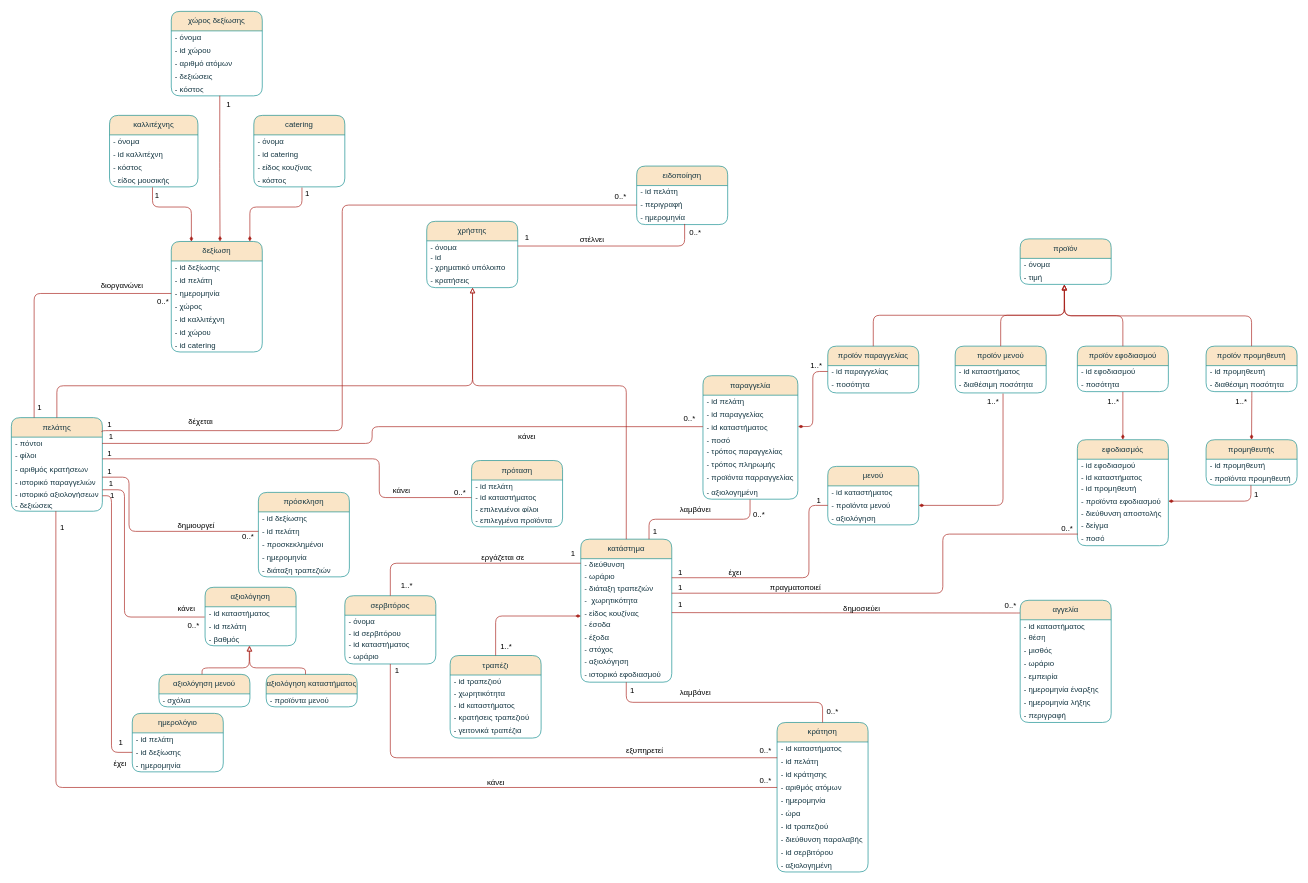
The draw.io diagram documents/contributions/Domain_model_v02.drawio in Mpooks/reasy, before the edit. Source tidied: cells renumbered, new cells numbered last; positions are measured from the earlier drawing's top-left corner, leaving out a move shared by most shapes. Both pictures are drawn from the tidied source at 65%, with x=0, y=0 at pixel (11, 11).
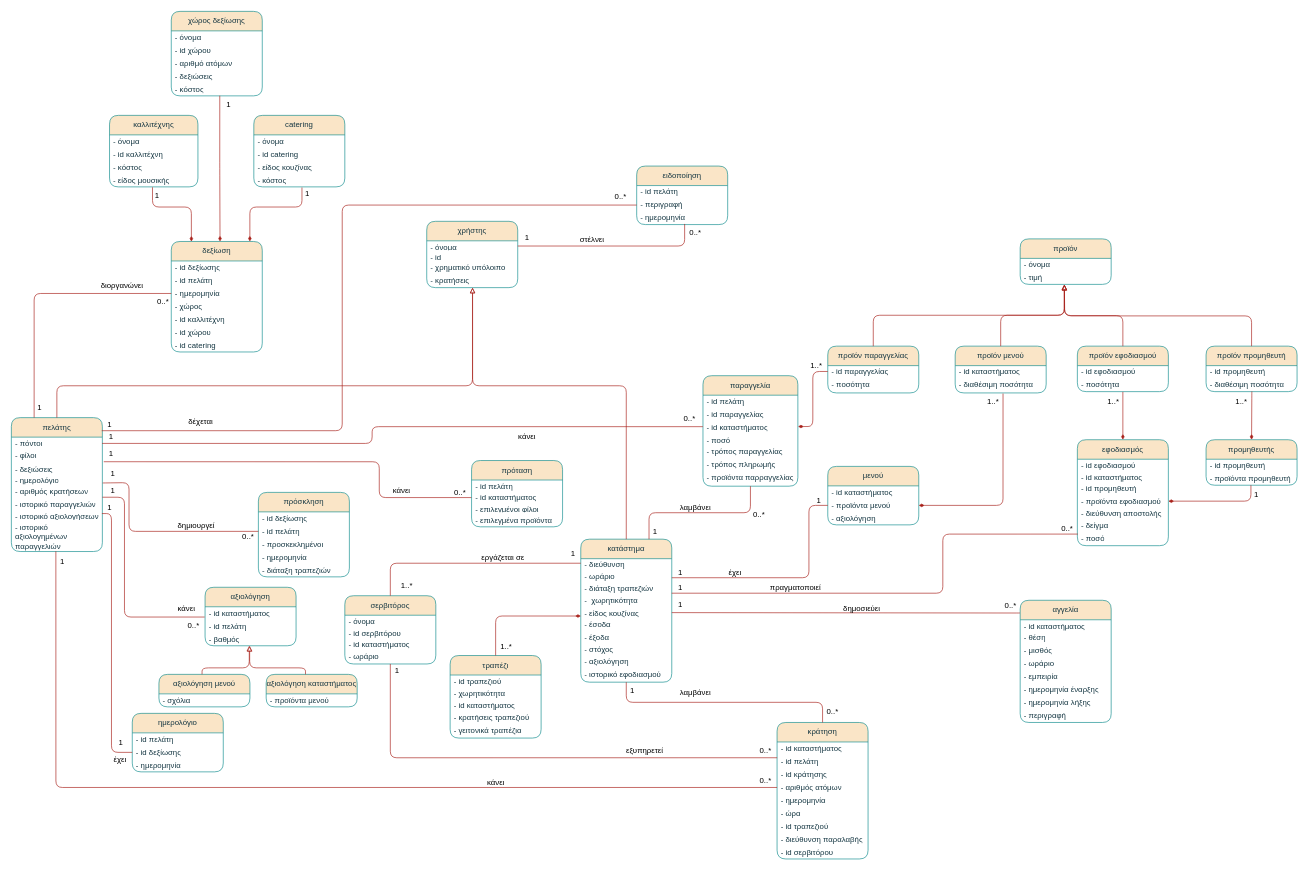
Above is the later version.

Commit message (it also covers changes not shown here):
Update Domain Model and robustness (prosklisi)

The change refers to these unchanged cells:
```xml
<mxCell id="2" value="κατάστημα" style="swimlane;fontStyle=0;horizontal=1;startSize=30;whiteSpace=wrap;html=1;rounded=1;glass=0;shadow=0;labelBackgroundColor=none;fillColor=#FAE5C7;strokeColor=#0F8B8D;fontColor=#143642;" parent="1" vertex="1">
  <mxGeometry x="876" y="812" width="140" height="220" as="geometry" />
</mxCell>
<mxCell id="80" value="- id καταστήματος" style="text;strokeColor=none;fillColor=none;align=left;verticalAlign=middle;spacingLeft=4;spacingRight=4;overflow=hidden;points=[[0,0.5],[1,0.5]];portConstraint=eastwest;whiteSpace=wrap;html=1;glass=0;labelBackgroundColor=none;fontColor=#143642;" parent="79" vertex="1">
  <mxGeometry y="30" width="140" height="20" as="geometry" />
</mxCell>
<mxCell id="94" value="- id δεξίωσης" style="text;strokeColor=none;fillColor=none;align=left;verticalAlign=middle;spacingLeft=4;spacingRight=4;overflow=hidden;points=[[0,0.5],[1,0.5]];portConstraint=eastwest;whiteSpace=wrap;html=1;glass=0;labelBackgroundColor=none;fontColor=#143642;" parent="92" vertex="1">
  <mxGeometry y="50" width="140" height="20" as="geometry" />
</mxCell>
<mxCell id="122" value="- id πελάτη" style="text;strokeColor=none;fillColor=none;align=left;verticalAlign=middle;spacingLeft=4;spacingRight=4;overflow=hidden;points=[[0,0.5],[1,0.5]];portConstraint=eastwest;whiteSpace=wrap;html=1;glass=0;labelBackgroundColor=none;fontColor=#143642;" parent="120" vertex="1">
  <mxGeometry y="50" width="140" height="20" as="geometry" />
</mxCell>
<mxCell id="128" value="- περιγραφή" style="text;strokeColor=none;fillColor=none;align=left;verticalAlign=middle;spacingLeft=4;spacingRight=4;overflow=hidden;points=[[0,0.5],[1,0.5]];portConstraint=eastwest;whiteSpace=wrap;html=1;glass=0;labelBackgroundColor=none;fontColor=#143642;" parent="126" vertex="1">
  <mxGeometry y="50" width="140" height="20" as="geometry" />
</mxCell>
<mxCell id="132" value="- φίλοι" style="text;strokeColor=none;fillColor=none;align=left;verticalAlign=middle;spacingLeft=4;spacingRight=4;overflow=hidden;points=[[0,0.5],[1,0.5]];portConstraint=eastwest;whiteSpace=wrap;html=1;glass=0;labelBackgroundColor=none;fontColor=#143642;" parent="130" vertex="1">
  <mxGeometry y="48" width="140" height="22" as="geometry" />
</mxCell>
<mxCell id="214" value="1" style="text;html=1;align=center;verticalAlign=middle;points=[];strokeColor=none;fillColor=none;" parent="1" vertex="1">
  <mxGeometry x="138" y="623" width="25" height="26" as="geometry" />
</mxCell>
```

What changed in the source:
```diff
@@
     <mxCell id="36" value="παραγγελία" style="swimlane;fontStyle=0;horizontal=1;startSize=30;whiteSpace=wrap;html=1;rounded=1;glass=0;labelBackgroundColor=none;fillColor=#FAE5C7;strokeColor=#0F8B8D;fontColor=#143642;" parent="1" vertex="1">
-      <mxGeometry x="1064" y="560.5" width="146" height="190" as="geometry" />
+      <mxGeometry x="1064" y="560.5" width="146" height="170" as="geometry" />
     </mxCell>
@@
-    <mxCell id="44" value="- αξιολογημένη" style="text;strokeColor=none;fillColor=none;align=left;verticalAlign=middle;spacingLeft=4;spacingRight=4;overflow=hidden;points=[[0,0.5],[1,0.5]];portConstraint=eastwest;whiteSpace=wrap;html=1;glass=0;labelBackgroundColor=none;fontColor=#143642;" parent="36" vertex="1">
-      <mxGeometry y="170" width="146" height="20" as="geometry" />
-    </mxCell>
@@
     <mxCell id="51" value="κράτηση" style="swimlane;fontStyle=0;horizontal=1;startSize=30;whiteSpace=wrap;html=1;rounded=1;glass=0;labelBackgroundColor=none;fillColor=#FAE5C7;strokeColor=#0F8B8D;fontColor=#143642;" parent="1" vertex="1">
-      <mxGeometry x="1178" y="1094" width="140" height="230" as="geometry" />
+      <mxGeometry x="1178" y="1094" width="140" height="210" as="geometry" />
     </mxCell>
@@
-    <mxCell id="61" value="- αξιολογημένη" style="text;strokeColor=none;fillColor=none;align=left;verticalAlign=middle;spacingLeft=4;spacingRight=4;overflow=hidden;whiteSpace=wrap;html=1;glass=0;labelBackgroundColor=none;fontColor=#143642;" parent="51" vertex="1">
-      <mxGeometry y="210" width="140" height="20" as="geometry" />
-    </mxCell>
@@
     <mxCell id="130" value="πελάτης" style="swimlane;fontStyle=0;horizontal=1;startSize=30;whiteSpace=wrap;html=1;rounded=1;swimlaneLine=1;glass=0;labelBackgroundColor=none;fillColor=#FAE5C7;strokeColor=#0F8B8D;fontColor=#143642;" parent="1" vertex="1">
-      <mxGeometry y="625" width="140" height="144" as="geometry" />
+      <mxGeometry y="625" width="140" height="206" as="geometry" />
     </mxCell>
@@
+    <mxCell id="236" value="- δεξιώσεις" style="text;strokeColor=none;fillColor=none;align=left;verticalAlign=middle;spacingLeft=4;spacingRight=4;overflow=hidden;whiteSpace=wrap;html=1;glass=0;labelBackgroundColor=none;fontColor=#143642;" parent="130" vertex="1">
+      <mxGeometry y="70" width="140" height="17" as="geometry" />
+    </mxCell>
+    <mxCell id="237" value="- ημερολόγιο" style="text;strokeColor=none;fillColor=none;align=left;verticalAlign=middle;spacingLeft=4;spacingRight=4;overflow=hidden;points=[[0,0.5],[1,0.5]];portConstraint=eastwest;whiteSpace=wrap;html=1;glass=0;labelBackgroundColor=none;fontColor=#143642;" parent="130" vertex="1">
+      <mxGeometry y="87" width="140" height="17" as="geometry" />
+    </mxCell>
     <mxCell id="133" value="- αριθμός κρατήσεων" style="text;strokeColor=none;fillColor=none;align=left;verticalAlign=middle;spacingLeft=4;spacingRight=4;overflow=hidden;points=[[0,0.5],[1,0.5]];portConstraint=eastwest;whiteSpace=wrap;html=1;glass=0;labelBackgroundColor=none;fontColor=#143642;" parent="130" vertex="1">
-      <mxGeometry y="70" width="140" height="20" as="geometry" />
+      <mxGeometry y="104" width="140" height="20" as="geometry" />
     </mxCell>
     <mxCell id="134" value="- ιστορικό παραγγελιών" style="text;strokeColor=none;fillColor=none;align=left;verticalAlign=middle;spacingLeft=4;spacingRight=4;overflow=hidden;whiteSpace=wrap;html=1;glass=0;labelBackgroundColor=none;fontColor=#143642;" parent="130" vertex="1">
-      <mxGeometry y="90" width="140" height="18" as="geometry" />
+      <mxGeometry y="124" width="140" height="18" as="geometry" />
     </mxCell>
     <mxCell id="135" value="- ιστορικό αξιολογήσεων" style="text;strokeColor=none;fillColor=none;align=left;verticalAlign=middle;spacingLeft=4;spacingRight=4;overflow=hidden;points=[[0,0.5],[1,0.5]];portConstraint=eastwest;whiteSpace=wrap;html=1;glass=0;labelBackgroundColor=none;fontColor=#143642;" parent="130" vertex="1">
-      <mxGeometry y="108" width="140" height="17" as="geometry" />
+      <mxGeometry y="142" width="140" height="17" as="geometry" />
     </mxCell>
-    <mxCell id="136" value="- δεξιώσεις" style="text;strokeColor=none;fillColor=none;align=left;verticalAlign=middle;spacingLeft=4;spacingRight=4;overflow=hidden;points=[[0,0.5],[1,0.5]];portConstraint=eastwest;whiteSpace=wrap;html=1;glass=0;labelBackgroundColor=none;fontColor=#143642;" parent="130" vertex="1">
-      <mxGeometry y="125" width="140" height="19" as="geometry" />
+    <mxCell id="136" value="- ιστορικό αξιολογημένων παραγγελιών&amp;nbsp;" style="text;strokeColor=none;fillColor=none;align=left;verticalAlign=middle;spacingLeft=4;spacingRight=4;overflow=hidden;points=[[0,0.5],[1,0.5]];portConstraint=eastwest;whiteSpace=wrap;html=1;glass=0;labelBackgroundColor=none;fontColor=#143642;" parent="130" vertex="1">
+      <mxGeometry y="159" width="140" height="47" as="geometry" />
     </mxCell>
@@
-    <mxCell id="145" style="edgeStyle=orthogonalEdgeStyle;rounded=1;jettySize=auto;html=1;exitX=0.75;exitY=0;exitDx=0;exitDy=0;entryX=0.496;entryY=1.016;entryDx=0;entryDy=0;fontColor=default;startFill=1;endFill=0;endArrow=none;labelBackgroundColor=none;strokeColor=#A8201A;entryPerimeter=0;" parent="1" edge="1" source="2" target="44">
+    <mxCell id="145" style="edgeStyle=orthogonalEdgeStyle;rounded=1;jettySize=auto;html=1;exitX=0.75;exitY=0;exitDx=0;exitDy=0;entryX=0.5;entryY=1;entryDx=0;entryDy=0;fontColor=default;startFill=1;endFill=0;endArrow=none;labelBackgroundColor=none;strokeColor=#A8201A;" parent="1" edge="1" source="2" target="36">
       <mxGeometry relative="1" as="geometry" />
     </mxCell>
@@
     <mxCell id="148" value="λαμβάνει" style="text;html=1;align=center;verticalAlign=middle;strokeColor=none;fillColor=none;" parent="1" vertex="1">
-      <mxGeometry x="1019" y="753.5" width="66" height="26" as="geometry" />
+      <mxGeometry x="1019" y="750" width="66" height="26" as="geometry" />
     </mxCell>
@@
-    <mxCell id="158" style="edgeStyle=orthogonalEdgeStyle;rounded=1;jettySize=auto;html=1;fontColor=default;startFill=1;endFill=0;endArrow=none;labelBackgroundColor=none;strokeColor=#A8201A;entryX=-0.005;entryY=0.789;entryDx=0;entryDy=0;entryPerimeter=0;exitX=0.008;exitY=0.845;exitDx=0;exitDy=0;exitPerimeter=0;" parent="1" edge="1" source="187" target="80">
+    <mxCell id="158" style="edgeStyle=orthogonalEdgeStyle;rounded=1;jettySize=auto;html=1;fontColor=default;startFill=1;endFill=0;endArrow=none;labelBackgroundColor=none;strokeColor=#A8201A;entryX=-0.005;entryY=0.789;entryDx=0;entryDy=0;entryPerimeter=0;exitX=1;exitY=0.923;exitDx=0;exitDy=0;exitPerimeter=0;" parent="1" edge="1" source="133" target="80">
       <mxGeometry relative="1" as="geometry">
         <Array as="points">
-          <mxPoint x="174" y="736" />
+          <mxPoint x="174" y="748" />
           <mxPoint x="174" y="932" />
         </Array>
       </mxGeometry>
     </mxCell>
@@
-    <mxCell id="160" style="edgeStyle=orthogonalEdgeStyle;rounded=1;jettySize=auto;html=1;fontColor=default;startFill=1;endFill=0;endArrow=none;labelBackgroundColor=none;strokeColor=#A8201A;exitX=0.994;exitY=0.154;exitDx=0;exitDy=0;entryX=0;entryY=0.5;entryDx=0;entryDy=0;exitPerimeter=0;" parent="1" edge="1" source="130" target="128">
+    <mxCell id="160" style="edgeStyle=orthogonalEdgeStyle;rounded=1;jettySize=auto;html=1;fontColor=default;startFill=1;endFill=0;endArrow=none;labelBackgroundColor=none;strokeColor=#A8201A;exitX=0.04;exitY=0.851;exitDx=0;exitDy=0;entryX=0;entryY=0.5;entryDx=0;entryDy=0;exitPerimeter=0;" parent="1" edge="1" source="214" target="128">
       <mxGeometry relative="1" as="geometry">
         <Array as="points">
           <mxPoint x="509" y="645" />
           <mxPoint x="509" y="298" />
         </Array>
       </mxGeometry>
     </mxCell>
     <mxCell id="161" value="έχει" style="text;html=1;align=center;verticalAlign=middle;strokeColor=none;fillColor=none;" parent="1" vertex="1">
-      <mxGeometry x="148" y="1144" width="38" height="26" as="geometry" />
+      <mxGeometry x="148" y="1138" width="38" height="26" as="geometry" />
     </mxCell>
@@
-    <mxCell id="170" style="edgeStyle=orthogonalEdgeStyle;rounded=1;jettySize=auto;html=1;fontColor=default;startFill=1;endFill=0;endArrow=none;labelBackgroundColor=none;strokeColor=#A8201A;exitX=-0.006;exitY=0.101;exitDx=0;exitDy=0;entryX=0;entryY=0.5;entryDx=0;entryDy=0;exitPerimeter=0;" parent="1" edge="1" source="187" target="122">
+    <mxCell id="170" style="edgeStyle=orthogonalEdgeStyle;rounded=1;jettySize=auto;html=1;fontColor=default;startFill=1;endFill=0;endArrow=none;labelBackgroundColor=none;strokeColor=#A8201A;exitX=1.003;exitY=0.796;exitDx=0;exitDy=0;entryX=0;entryY=0.5;entryDx=0;entryDy=0;exitPerimeter=0;" parent="1" edge="1" source="237" target="122">
       <mxGeometry relative="1" as="geometry">
         <Array as="points">
-          <mxPoint x="181" y="717" />
+          <mxPoint x="143" y="726" />
+          <mxPoint x="181" y="725" />
           <mxPoint x="181" y="800" />
         </Array>
       </mxGeometry>
     </mxCell>
@@
-    <mxCell id="177" style="edgeStyle=orthogonalEdgeStyle;rounded=1;jettySize=auto;html=1;fontColor=default;startFill=1;endFill=0;endArrow=none;labelBackgroundColor=none;strokeColor=#A8201A;exitX=0;exitY=0.5;exitDx=0;exitDy=0;entryX=1;entryY=0.717;entryDx=0;entryDy=0;entryPerimeter=0;" parent="1" edge="1" source="94" target="135">
+    <mxCell id="177" style="edgeStyle=orthogonalEdgeStyle;rounded=1;jettySize=auto;html=1;fontColor=default;startFill=1;endFill=0;endArrow=none;labelBackgroundColor=none;strokeColor=#A8201A;exitX=0;exitY=0.5;exitDx=0;exitDy=0;entryX=0.995;entryY=0.329;entryDx=0;entryDy=0;entryPerimeter=0;" parent="1" edge="1" source="94" target="135">
       <mxGeometry relative="1" as="geometry">
         <Array as="points">
           <mxPoint x="154" y="1140" />
-          <mxPoint x="154" y="745" />
+          <mxPoint x="154" y="772" />
+          <mxPoint x="139" y="772" />
         </Array>
       </mxGeometry>
     </mxCell>
@@
     <mxCell id="185" value="1" style="text;html=1;align=center;verticalAlign=middle;strokeColor=none;fillColor=none;" parent="1" vertex="1">
-      <mxGeometry x="138" y="695" width="25" height="26" as="geometry" />
+      <mxGeometry x="143" y="698" width="25" height="26" as="geometry" />
     </mxCell>
@@
     <mxCell id="187" value="1" style="text;html=1;align=center;verticalAlign=middle;points=[];strokeColor=none;fillColor=none;" parent="1" vertex="1">
-      <mxGeometry x="140" y="714" width="25" height="26" as="geometry" />
+      <mxGeometry x="143" y="724" width="25" height="26" as="geometry" />
     </mxCell>
@@
     <mxCell id="189" value="1" style="text;html=1;align=center;verticalAlign=middle;strokeColor=none;fillColor=none;" parent="1" vertex="1">
-      <mxGeometry x="142" y="732" width="25" height="26" as="geometry" />
+      <mxGeometry x="138" y="750" width="25" height="26" as="geometry" />
     </mxCell>
@@
-    <mxCell id="226" style="edgeStyle=orthogonalEdgeStyle;rounded=1;jettySize=auto;html=1;exitX=1.001;exitY=0.7;exitDx=0;exitDy=0;fontColor=default;startFill=1;endFill=0;endArrow=none;labelBackgroundColor=none;strokeColor=#A8201A;exitPerimeter=0;entryX=0;entryY=0.5;entryDx=0;entryDy=0;" parent="1" edge="1" source="132">
+    <mxCell id="226" style="edgeStyle=orthogonalEdgeStyle;rounded=1;jettySize=auto;html=1;exitX=0.087;exitY=0.956;exitDx=0;exitDy=0;fontColor=default;startFill=1;endFill=0;endArrow=none;labelBackgroundColor=none;strokeColor=#A8201A;exitPerimeter=0;entryX=0;entryY=0.5;entryDx=0;entryDy=0;" parent="1" edge="1" source="233">
       <mxGeometry relative="1" as="geometry">
         <mxPoint x="708" y="748" as="targetPoint" />
         <Array as="points">
-          <mxPoint x="566" y="688" />
+          <mxPoint x="566" y="693" />
           <mxPoint x="566" y="748" />
         </Array>
       </mxGeometry>
     </mxCell>
@@
     <mxCell id="233" value="1" style="text;html=1;align=center;verticalAlign=middle;points=[];strokeColor=none;fillColor=none;" parent="1" vertex="1">
-      <mxGeometry x="138" y="668" width="25" height="26" as="geometry" />
+      <mxGeometry x="140" y="668" width="25" height="26" as="geometry" />
     </mxCell>
@@
     <mxCell id="235" value="1" style="text;html=1;align=center;verticalAlign=middle;strokeColor=none;fillColor=none;" parent="1" vertex="1">
-      <mxGeometry x="8" y="781" width="140" height="26" as="geometry" />
+      <mxGeometry x="8" y="834" width="140" height="26" as="geometry" />
     </mxCell>
```
